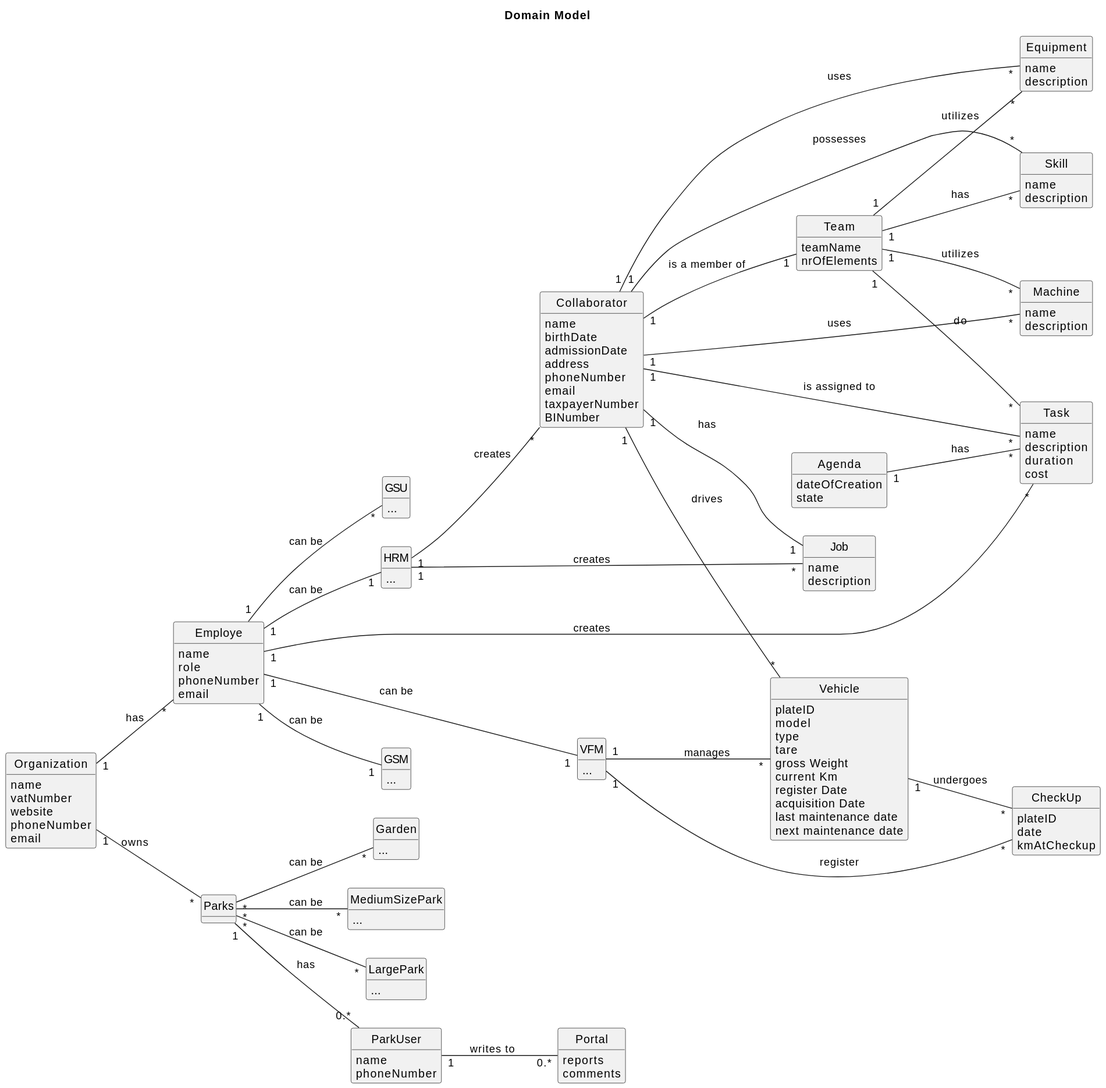
Before: docs/sprintA/global-artifacts/02.analysis/svg/project-domain-model-Domain_Model.svg, a diagram exported from PlantUML (Departamento-de-Engenharia-Informatica/greenspace-management).
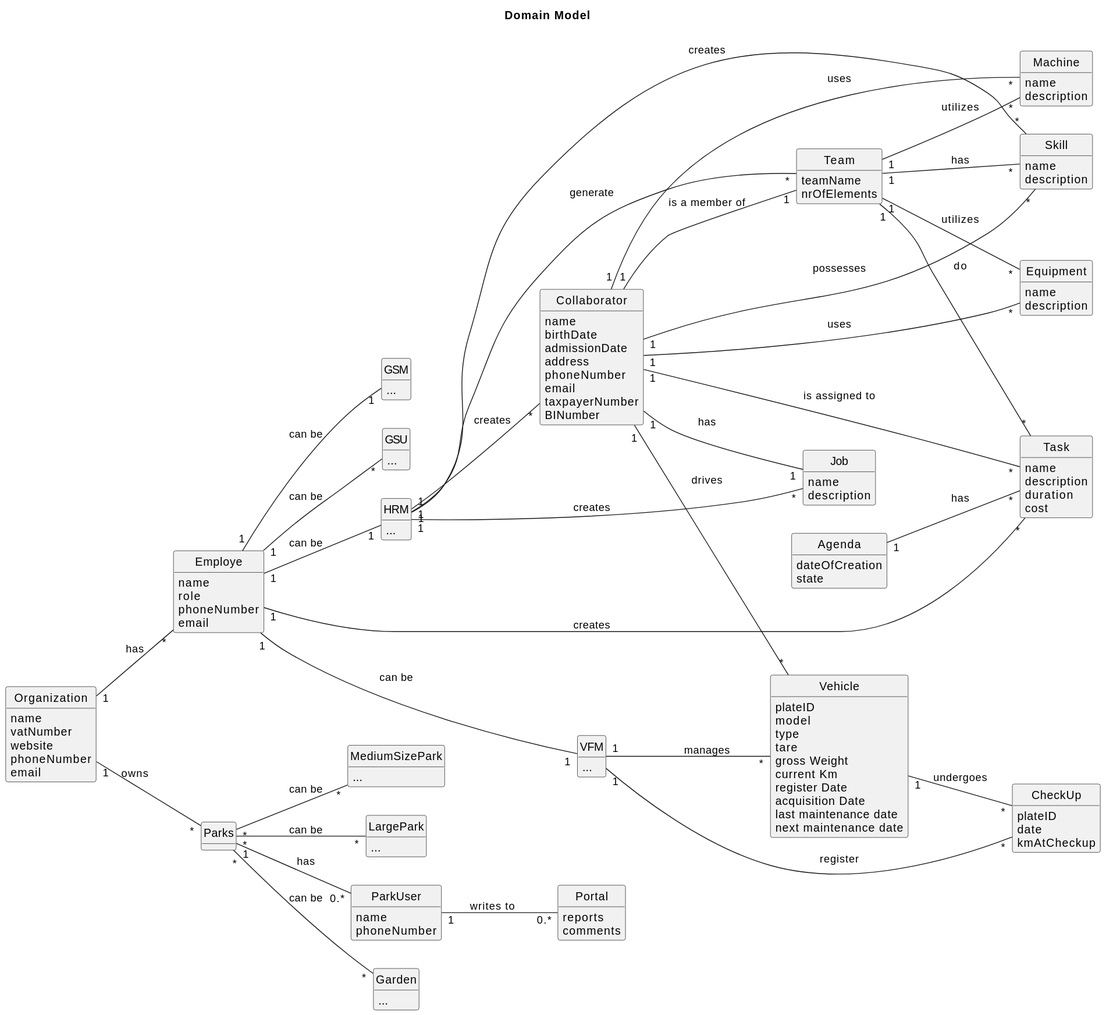
Above is the later version.

Commit message:
US01 excerpt diagram / small domain model correction

The edit, as a diff of the source:
```diff
@@ -145,7 +145,9 @@
 Employe "1" -- "1" VFM : can be
 
 HRM "1" -- "*" Collaborator : creates
+HRM "1" -- "*" Team : generate
 HRM "1" -- "*" Job : creates
+HRM "1" -- "*" Skill : creates
 
 Collaborator "1" -- "1" Job : has
 Collaborator "1" -- "1" Team : is a member of
```
